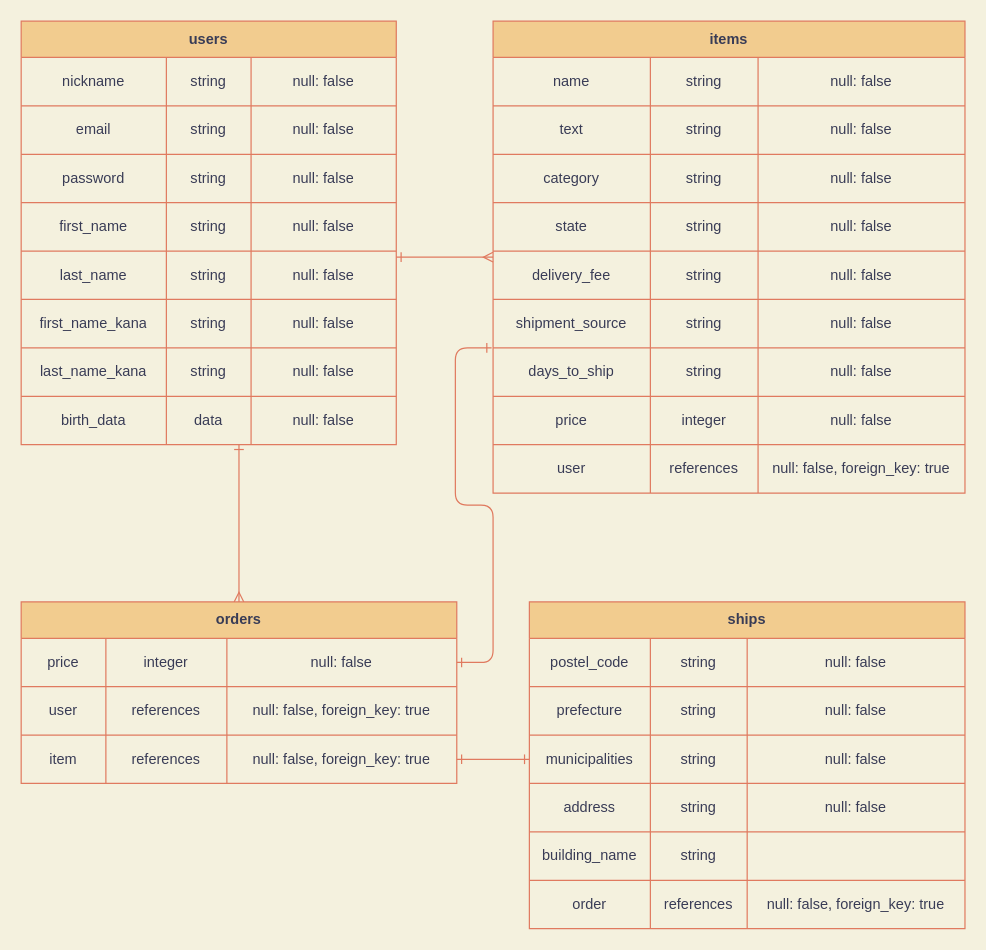
The draw.io diagram ER.dio in MinnaHajimehaTamago/furima-323343, before the edit. Source tidied: cells renumbered, new cells numbered last; positions are measured from the earlier drawing's top-left corner, leaving out a move shared by most shapes. Both pictures are drawn from the tidied source at 121%, with x=0, y=0 at pixel (21, 21).
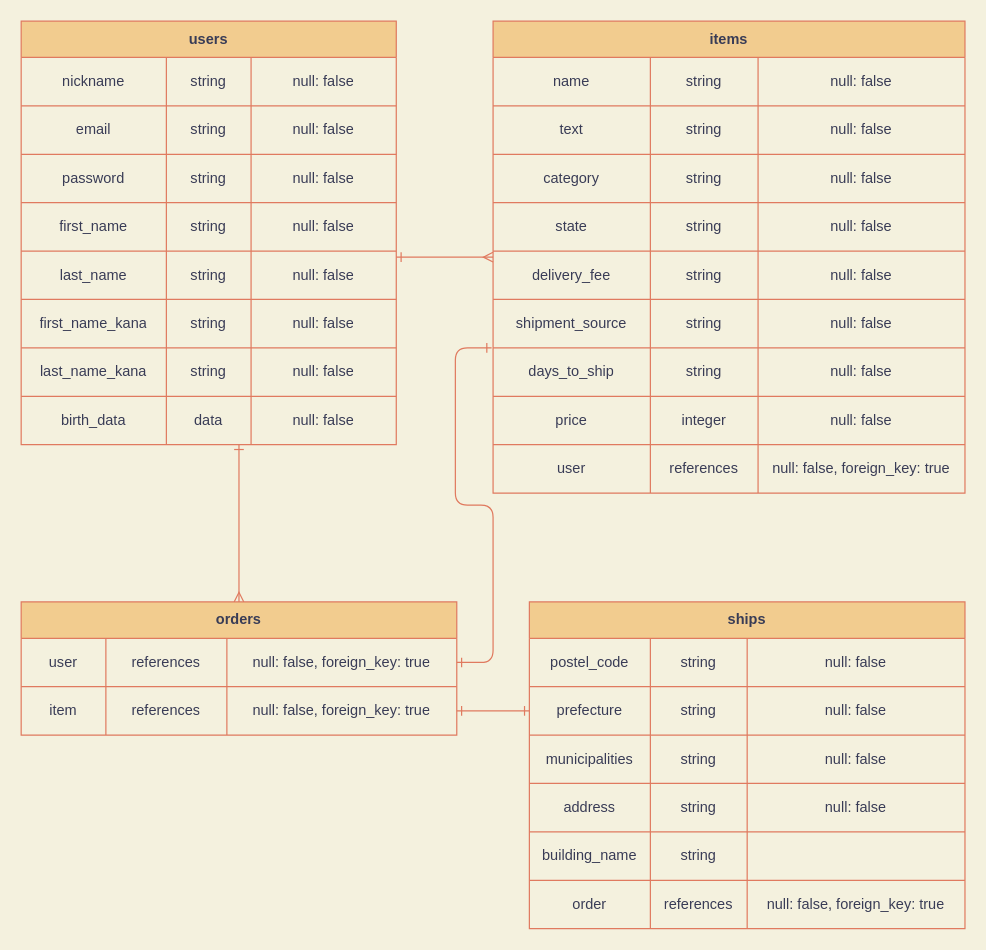
The same diagram, later.

Unchanged cells that the change refers to:
```xml
<mxCell id="76" style="shape=partialRectangle;html=1;whiteSpace=wrap;fillColor=none;top=0;left=0;bottom=0;right=0;fontColor=#393C56;strokeColor=#E07A5F;labelBackgroundColor=none;" parent="75" vertex="1">
  <mxGeometry y="30" width="360" height="40" as="geometry" />
</mxCell>
<mxCell id="80" style="shape=partialRectangle;html=1;whiteSpace=wrap;fillColor=none;top=0;left=0;bottom=0;right=0;fontColor=#393C56;strokeColor=#E07A5F;labelBackgroundColor=none;" parent="75" vertex="1">
  <mxGeometry y="70" width="360" height="40" as="geometry" />
</mxCell>
<mxCell id="93" style="shape=partialRectangle;html=1;whiteSpace=wrap;fillColor=none;top=0;left=0;bottom=0;right=0;points=[[0,0.5],[1,0.5]];portConstraint=eastwest;fontColor=#393C56;strokeColor=#E07A5F;labelBackgroundColor=none;" parent="88" vertex="1">
  <mxGeometry y="70" width="360" height="40" as="geometry" />
</mxCell>
<mxCell id="97" style="shape=partialRectangle;html=1;whiteSpace=wrap;fillColor=none;top=0;left=0;bottom=0;right=0;points=[[0,0.5],[1,0.5]];portConstraint=eastwest;fontColor=#393C56;strokeColor=#E07A5F;labelBackgroundColor=none;" parent="88" vertex="1">
  <mxGeometry y="110" width="360" height="40" as="geometry" />
</mxCell>
```

Change to the diagram source:
```diff
@@
-    <mxCell id="74" style="edgeStyle=orthogonalEdgeStyle;rounded=0;jettySize=auto;html=1;entryX=0;entryY=0.5;entryDx=0;entryDy=0;exitX=1;exitY=0.5;exitDx=0;exitDy=0;endArrow=ERone;endFill=0;startArrow=ERone;startFill=0;strokeColor=#E07A5F;fontColor=#393C56;labelBackgroundColor=none;" parent="1" edge="1" source="84" target="97">
+    <mxCell id="74" style="edgeStyle=orthogonalEdgeStyle;rounded=0;jettySize=auto;html=1;entryX=0;entryY=0.5;entryDx=0;entryDy=0;exitX=1;exitY=0.5;exitDx=0;exitDy=0;endArrow=ERone;endFill=0;startArrow=ERone;startFill=0;strokeColor=#E07A5F;fontColor=#393C56;labelBackgroundColor=none;" parent="1" edge="1" target="97">
       <mxGeometry relative="1" as="geometry">
         <Array as="points">
           <mxPoint x="400" y="610" />
           <mxPoint x="400" y="610" />
         </Array>
       </mxGeometry>
     </mxCell>
     <mxCell id="75" value="orders" style="shape=table;html=1;whiteSpace=wrap;startSize=30;childLayout=tableLayout;fontStyle=1;align=center;strokeColor=#E07A5F;fontColor=#393C56;fillColor=#F2CC8F;labelBackgroundColor=none;" parent="1" vertex="1">
-      <mxGeometry y="480" width="360" height="150" as="geometry" />
+      <mxGeometry y="480" width="360" height="110" as="geometry" />
     </mxCell>
@@
-    <mxCell id="77" value="price" style="shape=partialRectangle;html=1;whiteSpace=wrap;fillColor=none;top=0;left=0;bottom=0;right=0;overflow=hidden;fontColor=#393C56;strokeColor=#E07A5F;labelBackgroundColor=none;" parent="76" vertex="1">
+    <mxCell id="77" value="user" style="shape=partialRectangle;html=1;whiteSpace=wrap;fillColor=none;top=0;left=0;bottom=0;right=0;overflow=hidden;fontColor=#393C56;strokeColor=#E07A5F;labelBackgroundColor=none;" parent="76" vertex="1">
       <mxGeometry width="70" height="40" as="geometry" />
     </mxCell>
-    <mxCell id="78" value="integer" style="shape=partialRectangle;html=1;whiteSpace=wrap;fillColor=none;top=0;left=0;bottom=0;right=0;overflow=hidden;fontColor=#393C56;strokeColor=#E07A5F;labelBackgroundColor=none;" parent="76" vertex="1">
+    <mxCell id="78" value="references" style="shape=partialRectangle;html=1;whiteSpace=wrap;fillColor=none;top=0;left=0;bottom=0;right=0;overflow=hidden;fontColor=#393C56;strokeColor=#E07A5F;labelBackgroundColor=none;" parent="76" vertex="1">
       <mxGeometry x="70" width="100" height="40" as="geometry" />
     </mxCell>
-    <mxCell id="79" value="null: false" style="shape=partialRectangle;html=1;whiteSpace=wrap;fillColor=none;top=0;left=0;bottom=0;right=0;overflow=hidden;fontColor=#393C56;strokeColor=#E07A5F;labelBackgroundColor=none;" parent="76" vertex="1">
+    <mxCell id="79" value="null: false, foreign_key: true" style="shape=partialRectangle;html=1;whiteSpace=wrap;fillColor=none;top=0;left=0;bottom=0;right=0;overflow=hidden;fontColor=#393C56;strokeColor=#E07A5F;labelBackgroundColor=none;" parent="76" vertex="1">
       <mxGeometry x="170" width="190" height="40" as="geometry" />
     </mxCell>
@@
-    <mxCell id="81" value="user" style="shape=partialRectangle;html=1;whiteSpace=wrap;fillColor=none;top=0;left=0;bottom=0;right=0;overflow=hidden;fontColor=#393C56;strokeColor=#E07A5F;labelBackgroundColor=none;" parent="80" vertex="1">
+    <mxCell id="81" value="item" style="shape=partialRectangle;html=1;whiteSpace=wrap;fillColor=none;top=0;left=0;bottom=0;right=0;overflow=hidden;fontColor=#393C56;strokeColor=#E07A5F;labelBackgroundColor=none;" parent="80" vertex="1">
       <mxGeometry width="70" height="40" as="geometry" />
     </mxCell>
@@
-    <mxCell id="84" style="shape=partialRectangle;html=1;whiteSpace=wrap;fillColor=none;top=0;left=0;bottom=0;right=0;points=[[0,0.5],[1,0.5]];portConstraint=eastwest;fontColor=#393C56;strokeColor=#E07A5F;labelBackgroundColor=none;" parent="75" vertex="1">
-      <mxGeometry y="110" width="360" height="40" as="geometry" />
-    </mxCell>
-    <mxCell id="85" value="item" style="shape=partialRectangle;html=1;whiteSpace=wrap;fillColor=none;top=0;left=0;bottom=0;right=0;overflow=hidden;fontColor=#393C56;strokeColor=#E07A5F;labelBackgroundColor=none;" parent="84" vertex="1">
-      <mxGeometry width="70" height="40" as="geometry" />
-    </mxCell>
-    <mxCell id="86" value="references" style="shape=partialRectangle;html=1;whiteSpace=wrap;fillColor=none;top=0;left=0;bottom=0;right=0;overflow=hidden;fontColor=#393C56;strokeColor=#E07A5F;labelBackgroundColor=none;" parent="84" vertex="1">
-      <mxGeometry x="70" width="100" height="40" as="geometry" />
-    </mxCell>
-    <mxCell id="87" value="&lt;span style=&quot;font-family: helvetica; font-size: 12px; font-style: normal; font-weight: 400; letter-spacing: normal; text-align: center; text-indent: 0px; text-transform: none; word-spacing: 0px; display: inline; float: none;&quot;&gt;null: false, foreign_key: true&lt;/span&gt;" style="shape=partialRectangle;html=1;whiteSpace=wrap;fillColor=none;top=0;left=0;bottom=0;right=0;overflow=hidden;fontColor=#393C56;strokeColor=#E07A5F;labelBackgroundColor=none;" parent="84" vertex="1">
-      <mxGeometry x="170" width="190" height="40" as="geometry" />
-    </mxCell>
@@
+    <mxCell id="114" style="edgeStyle=entityRelationEdgeStyle;fontSize=12;html=1;endArrow=ERone;endFill=1;labelBackgroundColor=none;strokeColor=#E07A5F;fillColor=#F2CC8F;entryX=0;entryY=0.5;entryDx=0;entryDy=0;startArrow=ERone;startFill=0;" parent="1" edge="1" target="93">
+      <mxGeometry relative="1" as="geometry">
+        <mxPoint x="360" y="570" as="sourcePoint" />
+      </mxGeometry>
+    </mxCell>
```
